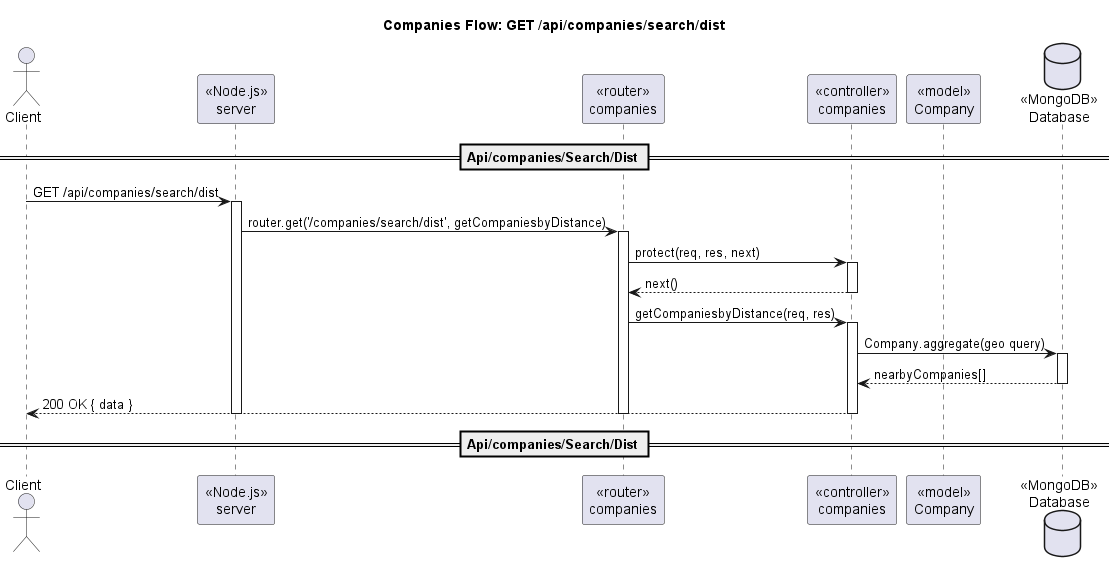
098ff/ArtmaybeDEV keeps this PlantUML diagram as out/docs/diagram/sequence/seq_companies_search_dist_get.png. Above is the earlier version.
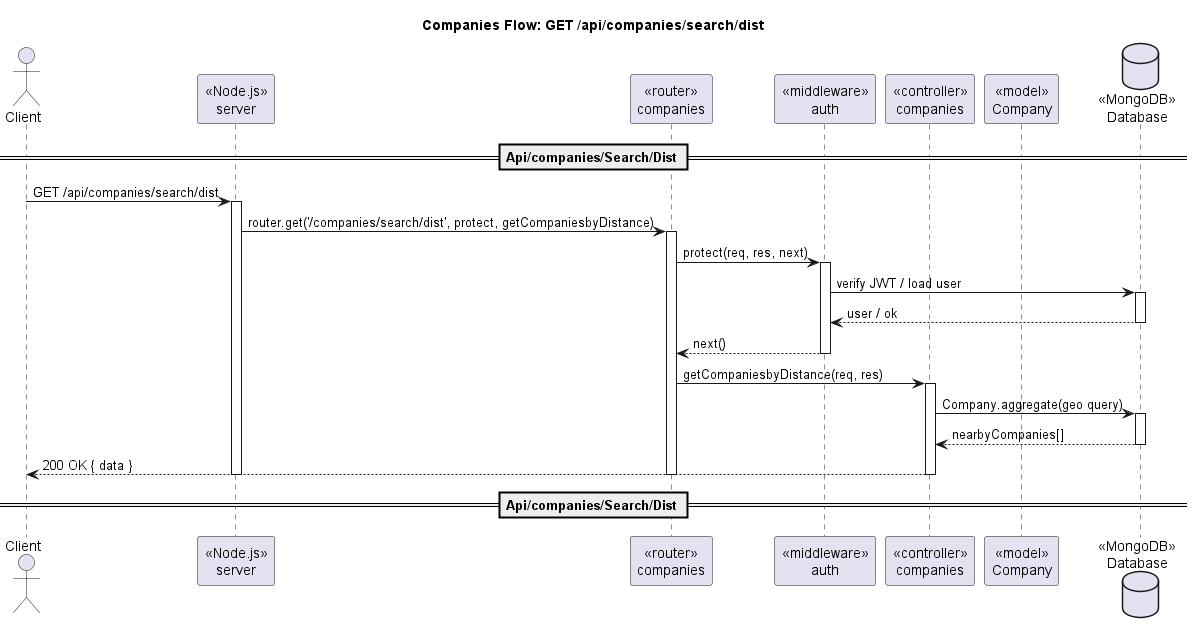
The same diagram one commit later.

Change to the diagram source:
```diff
@@ -3,6 +3,7 @@
 actor Client
 participant "«Node.js»\nserver" as Server
 participant "«router»\ncompanies" as Router
+participant "«middleware»\nauth" as AuthMW
 participant "«controller»\ncompanies" as Ctrl
 participant "«model»\nCompany" as CompanyModel
 database "«MongoDB»\nDatabase" as DB
@@ -10,12 +11,16 @@
 == Api/companies/Search/Dist ==
 Client -> Server : GET /api/companies/search/dist
 activate Server
-Server -> Router : router.get('/companies/search/dist', getCompaniesbyDistance)
+Server -> Router : router.get('/companies/search/dist', protect, getCompaniesbyDistance)
 activate Router
-Router -> Ctrl : protect(req, res, next)
-activate Ctrl
-Ctrl --> Router : next()
-deactivate Ctrl
+Router -> AuthMW : protect(req, res, next)
+activate AuthMW
+AuthMW -> DB : verify JWT / load user
+activate DB
+DB --> AuthMW : user / ok
+deactivate DB
+AuthMW --> Router : next()
+deactivate AuthMW
 Router -> Ctrl : getCompaniesbyDistance(req, res)
 activate Ctrl
 Ctrl -> DB : Company.aggregate(geo query)
```
